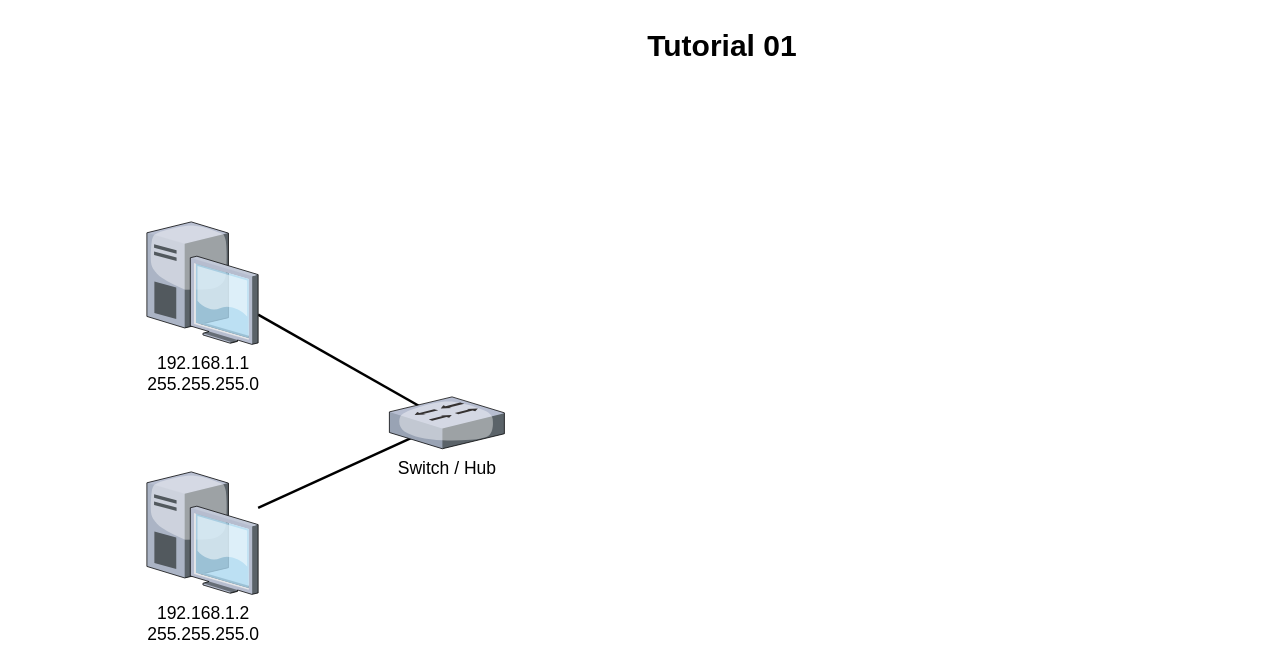
Before: net01.drawio in yasriady/tutorial, a draw.io diagram. Source tidied: cells renumbered, new cells numbered last; positions are measured from the earlier drawing's top-left corner, leaving out a move shared by most shapes. Both pictures are drawn from the tidied source at 125%, with x=0, y=0 at pixel (146, 21).
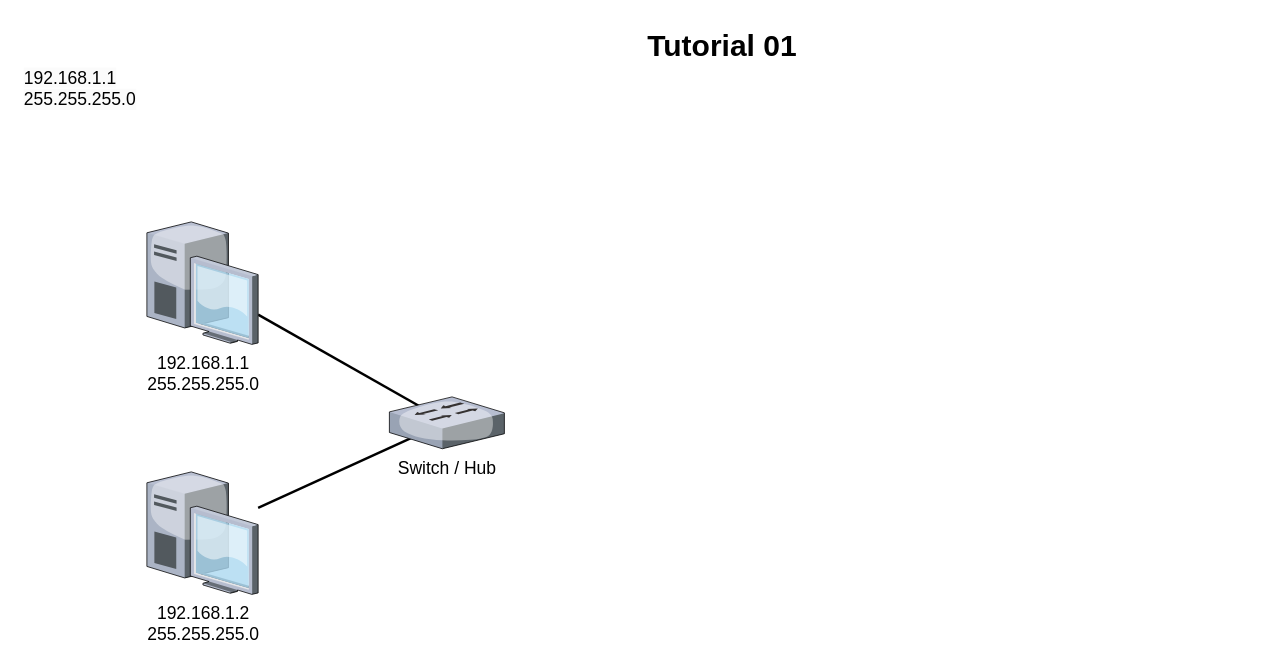
The same diagram, later.

The edit, as a diff of the source:
```diff
@@
 <mxGraphModel>
   <root>
     <mxCell id="0" />
     <mxCell id="1" parent="0" />
     <mxCell id="2" style="edgeStyle=none;rounded=0;html=1;startSize=10;endSize=10;jettySize=auto;fontSize=14;endArrow=none;endFill=0;strokeWidth=2;entryX=0.485;entryY=0.46;entryDx=0;entryDy=0;entryPerimeter=0;" parent="1" edge="1" source="3" target="7">
       <mxGeometry relative="1" as="geometry" />
     </mxCell>
     <mxCell id="3" value="192.168.1.1&lt;div&gt;255.255.255.0&lt;/div&gt;" style="verticalLabelPosition=bottom;html=1;verticalAlign=top;strokeColor=none;shape=mxgraph.citrix.desktop;fillColor=#66B2FF;gradientColor=#0066CC;fontSize=14;" parent="1" vertex="1">
       <mxGeometry y="160" width="89" height="98" as="geometry" />
     </mxCell>
     <mxCell id="4" style="edgeStyle=none;rounded=0;html=1;startSize=10;endSize=10;jettySize=auto;fontSize=14;endArrow=none;endFill=0;strokeWidth=2;entryX=0.564;entryY=0.416;entryDx=0;entryDy=0;entryPerimeter=0;" parent="1" edge="1" source="5" target="7">
       <mxGeometry relative="1" as="geometry" />
     </mxCell>
     <mxCell id="5" value="192.168.1.2&lt;div&gt;255.255.255.0&lt;/div&gt;" style="verticalLabelPosition=bottom;html=1;verticalAlign=top;strokeColor=none;shape=mxgraph.citrix.desktop;fillColor=#66B2FF;gradientColor=#0066CC;fontSize=14;" parent="1" vertex="1">
       <mxGeometry y="360" width="89" height="98" as="geometry" />
     </mxCell>
     <mxCell id="6" value="Tutorial 01" style="text;strokeColor=none;fillColor=none;html=1;fontSize=24;fontStyle=1;verticalAlign=middle;align=center;" parent="1" vertex="1">
       <mxGeometry x="29" width="861" height="40" as="geometry" />
     </mxCell>
     <mxCell id="7" value="Switch / Hub" style="verticalLabelPosition=bottom;html=1;verticalAlign=top;strokeColor=none;shape=mxgraph.citrix.switch;fillColor=#66B2FF;gradientColor=#0066CC;fontSize=14;" parent="1" vertex="1">
       <mxGeometry x="194" y="300" width="92" height="41.5" as="geometry" />
     </mxCell>
+    <mxCell id="8" value="&lt;span style=&quot;color: rgb(0, 0, 0); font-family: Helvetica; font-size: 14px; font-style: normal; font-variant-ligatures: normal; font-variant-caps: normal; font-weight: 400; letter-spacing: normal; orphans: 2; text-align: center; text-indent: 0px; text-transform: none; widows: 2; word-spacing: 0px; -webkit-text-stroke-width: 0px; white-space: nowrap; background-color: rgb(251, 251, 251); text-decoration-thickness: initial; text-decoration-style: initial; text-decoration-color: initial; display: inline !important; float: none;&quot;&gt;192.168.1.1&lt;/span&gt;&lt;div style=&quot;forced-color-adjust: none; color: rgb(0, 0, 0); font-family: Helvetica; font-size: 14px; font-style: normal; font-variant-ligatures: normal; font-variant-caps: normal; font-weight: 400; letter-spacing: normal; orphans: 2; text-align: center; text-indent: 0px; text-transform: none; widows: 2; word-spacing: 0px; -webkit-text-stroke-width: 0px; white-space: nowrap; background-color: rgb(251, 251, 251); text-decoration-thickness: initial; text-decoration-style: initial; text-decoration-color: initial;&quot;&gt;255.255.255.0&lt;/div&gt;" style="text;whiteSpace=wrap;html=1;" parent="1" vertex="1">
+      <mxGeometry x="-100" y="30" width="120" height="60" as="geometry" />
+    </mxCell>
   </root>
 </mxGraphModel>
```
